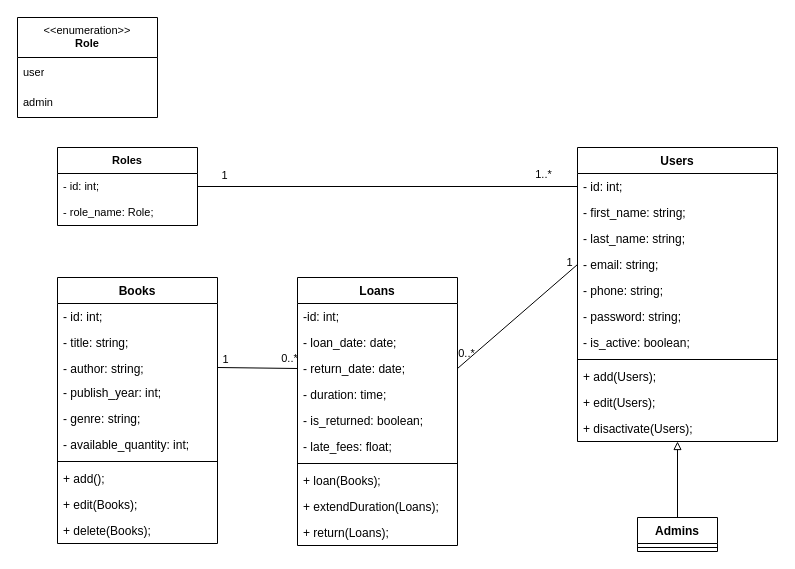
Earlier version of the draw.io diagram page "class" (2 of 2) of Diagramme de gestion de bibliothéque.drawio (berghach/Library). Source tidied: cells renumbered, new cells numbered last; positions are measured from the earlier drawing's top-left corner, leaving out a move shared by most shapes. Both pictures are drawn from the tidied source at 100%, with x=0, y=0 at pixel (17, 17).
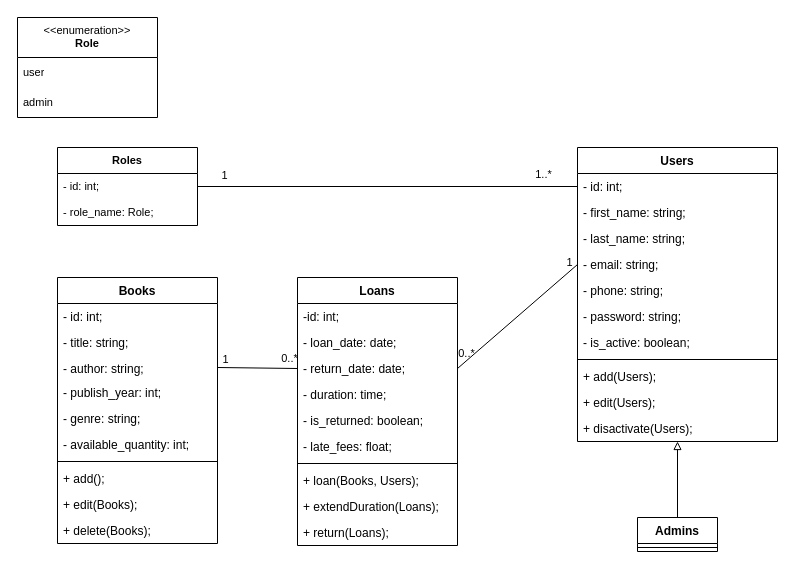
The same page after the edit.

Unchanged cells that the change refers to:
```xml
<mxCell id="26" value="Loans" style="swimlane;fontStyle=1;align=center;verticalAlign=top;horizontal=1;startSize=26;whiteSpace=wrap;html=1;" parent="1" vertex="1">
  <mxGeometry x="280" y="260" width="160" height="268" as="geometry" />
</mxCell>
```

Change to the diagram source:
```diff
@@
-    <mxCell id="34" value="+ loan(Books);" style="text;strokeColor=none;fillColor=none;align=left;verticalAlign=top;spacingLeft=4;spacingRight=4;overflow=hidden;whiteSpace=wrap;html=1;" parent="26" vertex="1">
+    <mxCell id="34" value="+ loan(Books, Users);" style="text;strokeColor=none;fillColor=none;align=left;verticalAlign=top;spacingLeft=4;spacingRight=4;overflow=hidden;whiteSpace=wrap;html=1;" parent="26" vertex="1">
       <mxGeometry y="190" width="160" height="26" as="geometry" />
     </mxCell>
```
